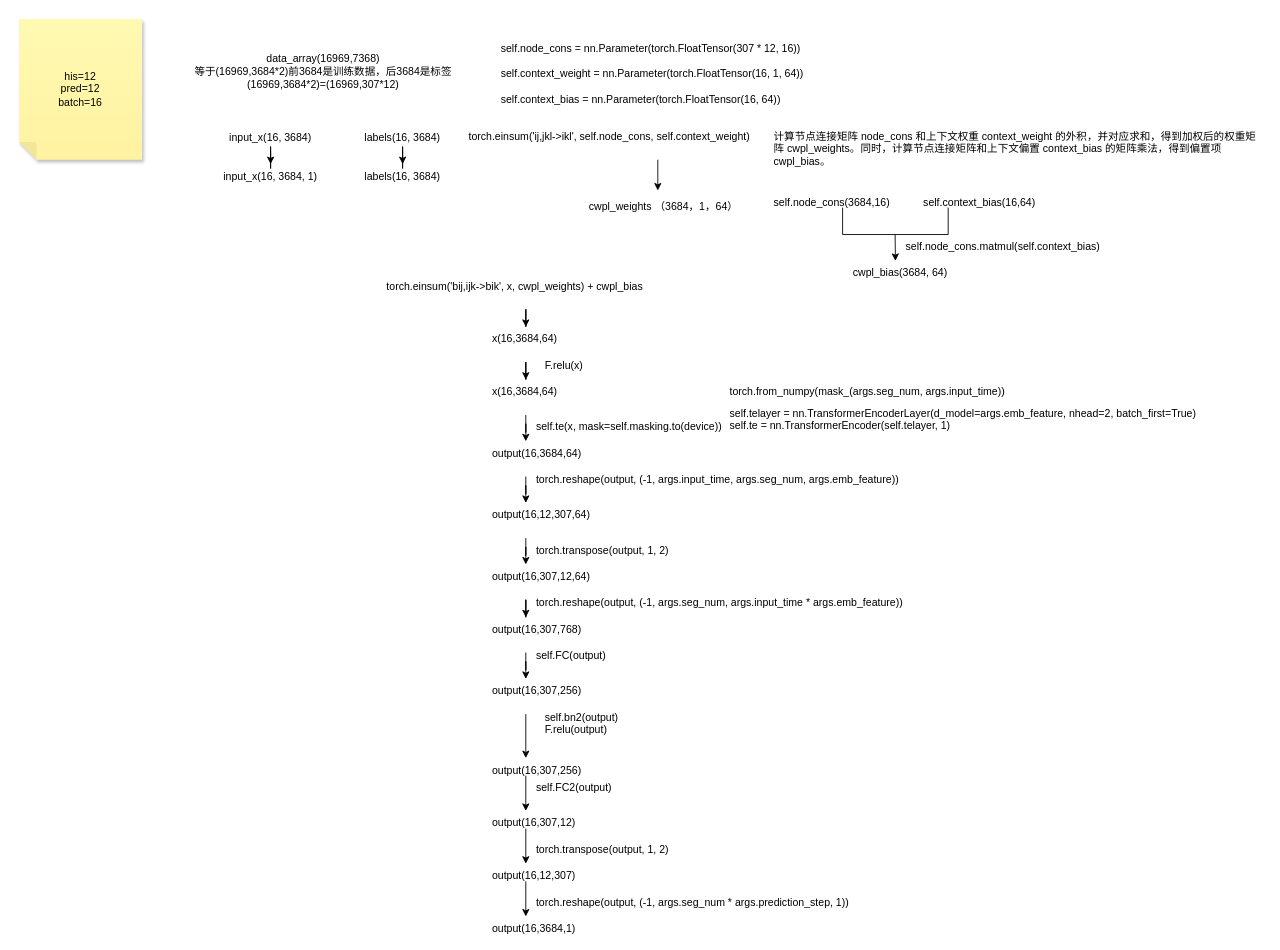
The draw.io diagram ST-GAT/ST-GAT.drawio in turmony/ModelInfo, before the edit. Source tidied: cells renumbered, new cells numbered last; positions are measured from the earlier drawing's top-left corner, leaving out a move shared by most shapes. Both pictures are drawn from the tidied source at 88%, with x=0, y=0 at pixel (18, 18).
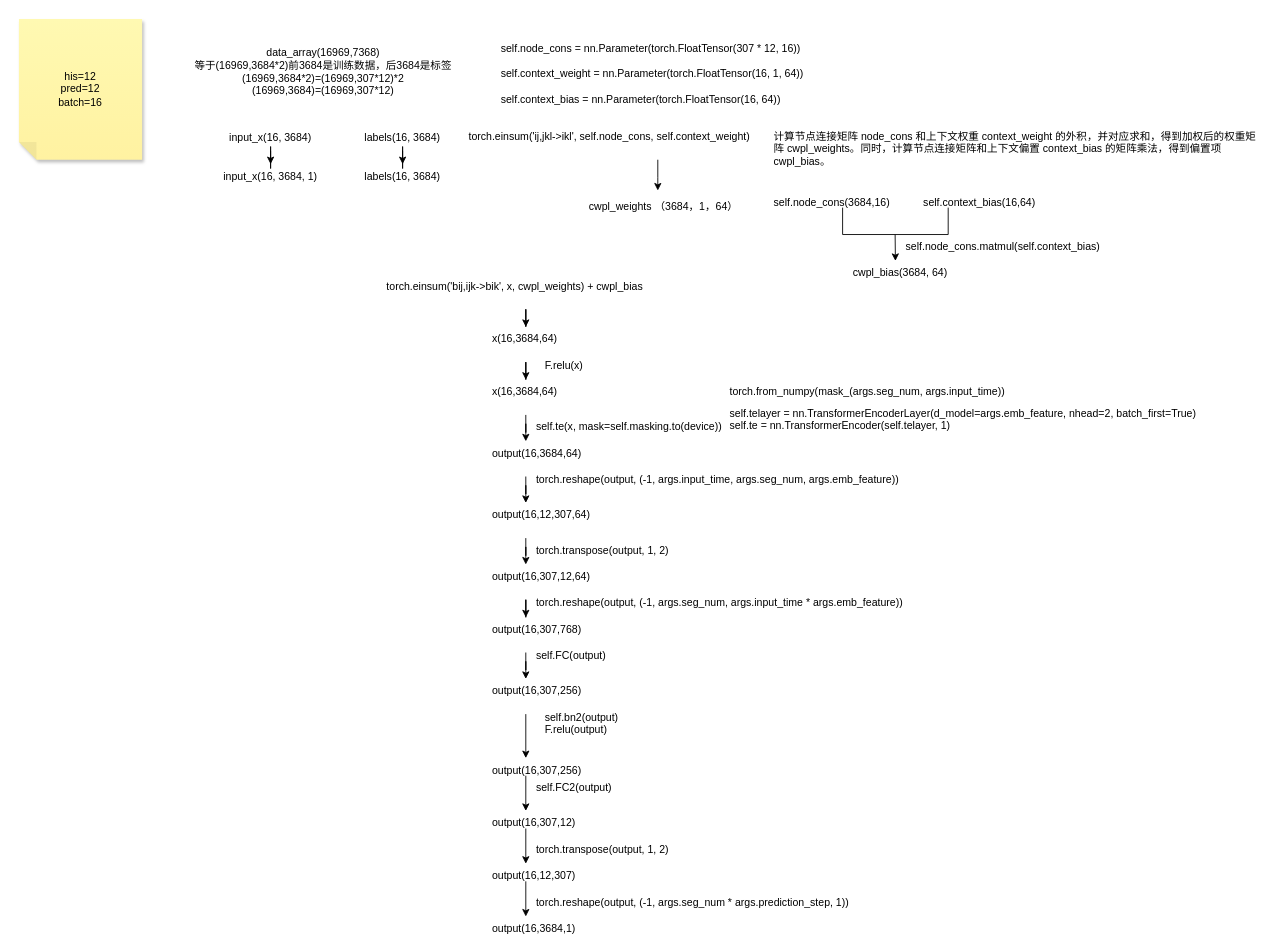
Above is the later version.

Change to the diagram source:
```diff
@@
-    <mxCell id="3" value="data_array(16969,7368)&lt;div&gt;等于(16969,3684*2)前3684是训练数据，后3684是标签&lt;/div&gt;&lt;div&gt;(16969,3684*2)=(16969,307*12)&lt;/div&gt;" style="text;strokeColor=none;align=center;fillColor=none;html=1;verticalAlign=middle;whiteSpace=wrap;rounded=0;" parent="1" vertex="1">
+    <mxCell id="3" value="data_array(16969,7368)&lt;div&gt;等于(16969,3684*2)前3684是训练数据，后3684是标签&lt;/div&gt;&lt;div&gt;(16969,3684*2)=(16969,307*12)*2&lt;/div&gt;&lt;div&gt;(16969,3684)=(16969,307*12)&lt;br&gt;&lt;/div&gt;" style="text;strokeColor=none;align=center;fillColor=none;html=1;verticalAlign=middle;whiteSpace=wrap;rounded=0;" parent="1" vertex="1">
       <mxGeometry x="196" y="10" width="300" height="100" as="geometry" />
     </mxCell>
```
